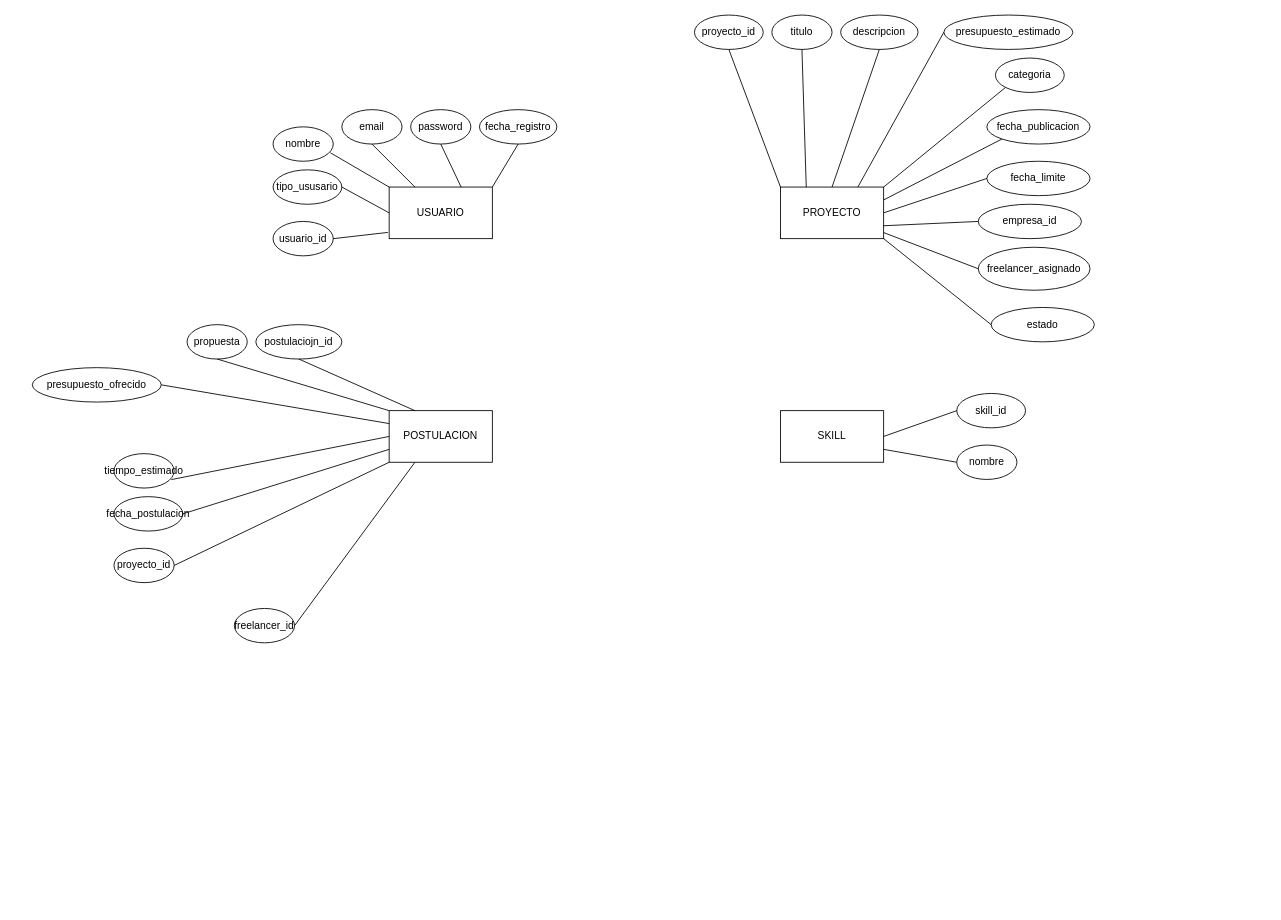
shaquiboy/1 keeps this draw.io diagram as page "Página-3" (3 of 3) of Diagrama sin título.drawio. Above is the earlier version. Source tidied: cells renumbered, new cells numbered last; positions are measured from the earlier drawing's top-left corner, leaving out a move shared by most shapes. Both pictures are drawn from the tidied source at 86%, with x=0, y=0 at pixel (32, 15).
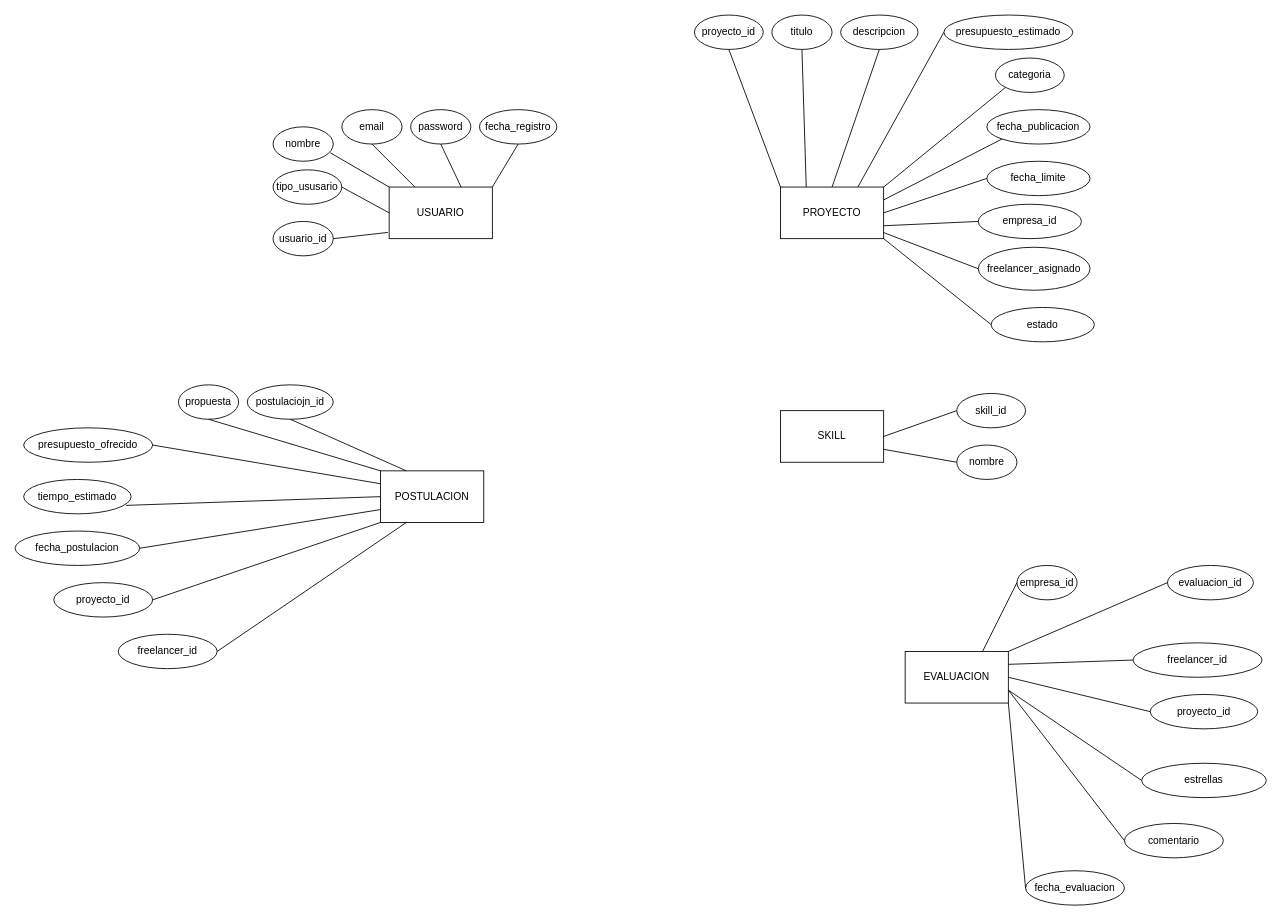
Above is the later version.

The edit, as a diff of the source:
```diff
@@
     <mxCell id="41" value="POSTULACION" style="rounded=0;whiteSpace=wrap;html=1;" parent="1" vertex="1">
-      <mxGeometry x="415" y="460" width="120" height="60" as="geometry" />
+      <mxGeometry x="405" y="530" width="120" height="60" as="geometry" />
     </mxCell>
     <mxCell id="42" value="proyecto_id" style="ellipse;whiteSpace=wrap;html=1;" parent="1" vertex="1">
-      <mxGeometry x="95" y="620" width="70" height="40" as="geometry" />
+      <mxGeometry x="25" y="660" width="115" height="40" as="geometry" />
     </mxCell>
     <mxCell id="43" value="postulaciojn_id" style="ellipse;whiteSpace=wrap;html=1;" parent="1" vertex="1">
-      <mxGeometry x="260" y="360" width="100" height="40" as="geometry" />
+      <mxGeometry x="250" y="430" width="100" height="40" as="geometry" />
     </mxCell>
     <mxCell id="44" value="fecha_postulacion" style="ellipse;whiteSpace=wrap;html=1;" parent="1" vertex="1">
-      <mxGeometry x="95" y="560" width="80" height="40" as="geometry" />
+      <mxGeometry x="-20" y="600" width="145" height="40" as="geometry" />
     </mxCell>
     <mxCell id="45" value="tiempo_estimado" style="ellipse;whiteSpace=wrap;html=1;" parent="1" vertex="1">
-      <mxGeometry x="95" y="510" width="70" height="40" as="geometry" />
+      <mxGeometry x="-10" y="540" width="125" height="40" as="geometry" />
     </mxCell>
     <mxCell id="46" value="presupuesto_ofrecido" style="ellipse;whiteSpace=wrap;html=1;" parent="1" vertex="1">
-      <mxGeometry y="410" width="150" height="40" as="geometry" />
+      <mxGeometry x="-10" y="480" width="150" height="40" as="geometry" />
     </mxCell>
     <mxCell id="47" value="propuesta" style="ellipse;whiteSpace=wrap;html=1;" parent="1" vertex="1">
-      <mxGeometry x="180" y="360" width="70" height="40" as="geometry" />
+      <mxGeometry x="170" y="430" width="70" height="40" as="geometry" />
     </mxCell>
@@
     <mxCell id="54" value="freelancer_id" style="ellipse;whiteSpace=wrap;html=1;" parent="1" vertex="1">
-      <mxGeometry x="235" y="690" width="70" height="40" as="geometry" />
+      <mxGeometry x="100" y="720" width="115" height="40" as="geometry" />
     </mxCell>
@@
+    <mxCell id="56" value="EVALUACION" style="rounded=0;whiteSpace=wrap;html=1;" parent="1" vertex="1">
+      <mxGeometry x="1015" y="740" width="120" height="60" as="geometry" />
+    </mxCell>
+    <mxCell id="57" value="comentario" style="ellipse;whiteSpace=wrap;html=1;" parent="1" vertex="1">
+      <mxGeometry x="1270" y="940" width="115" height="40" as="geometry" />
+    </mxCell>
+    <mxCell id="58" value="evaluacion_id" style="ellipse;whiteSpace=wrap;html=1;" parent="1" vertex="1">
+      <mxGeometry x="1320" y="640" width="100" height="40" as="geometry" />
+    </mxCell>
+    <mxCell id="59" value="estrellas" style="ellipse;whiteSpace=wrap;html=1;" parent="1" vertex="1">
+      <mxGeometry x="1290" y="870" width="145" height="40" as="geometry" />
+    </mxCell>
+    <mxCell id="60" value="proyecto_id" style="ellipse;whiteSpace=wrap;html=1;" parent="1" vertex="1">
+      <mxGeometry x="1300" y="790" width="125" height="40" as="geometry" />
+    </mxCell>
+    <mxCell id="61" value="freelancer_id" style="ellipse;whiteSpace=wrap;html=1;" parent="1" vertex="1">
+      <mxGeometry x="1280" y="730" width="150" height="40" as="geometry" />
+    </mxCell>
+    <mxCell id="62" value="empresa_id" style="ellipse;whiteSpace=wrap;html=1;" parent="1" vertex="1">
+      <mxGeometry x="1145" y="640" width="70" height="40" as="geometry" />
+    </mxCell>
+    <mxCell id="63" style="endArrow=none;html=1;rounded=0;entryX=0;entryY=0.5;entryDx=0;entryDy=0;exitX=1;exitY=0;exitDx=0;exitDy=0;" parent="1" edge="1" source="56" target="58">
+      <mxGeometry relative="1" as="geometry" />
+    </mxCell>
+    <mxCell id="64" style="endArrow=none;html=1;rounded=0;exitX=0.75;exitY=0;exitDx=0;exitDy=0;entryX=0;entryY=0.5;entryDx=0;entryDy=0;" parent="1" edge="1" source="56" target="62">
+      <mxGeometry relative="1" as="geometry" />
+    </mxCell>
+    <mxCell id="65" style="endArrow=none;html=1;rounded=0;exitX=1;exitY=0.25;exitDx=0;exitDy=0;entryX=0;entryY=0.5;entryDx=0;entryDy=0;" parent="1" edge="1" source="56" target="61">
+      <mxGeometry relative="1" as="geometry" />
+    </mxCell>
+    <mxCell id="66" style="endArrow=none;html=1;rounded=0;exitX=0;exitY=0.5;exitDx=0;exitDy=0;entryX=1;entryY=0.75;entryDx=0;entryDy=0;" parent="1" edge="1" source="57" target="56">
+      <mxGeometry relative="1" as="geometry" />
+    </mxCell>
+    <mxCell id="67" style="endArrow=none;html=1;rounded=0;entryX=0;entryY=0.5;entryDx=0;entryDy=0;exitX=1;exitY=0.75;exitDx=0;exitDy=0;" parent="1" edge="1" source="56" target="59">
+      <mxGeometry relative="1" as="geometry" />
+    </mxCell>
+    <mxCell id="68" style="endArrow=none;html=1;rounded=0;entryX=0;entryY=0.5;entryDx=0;entryDy=0;exitX=1;exitY=0.5;exitDx=0;exitDy=0;" parent="1" edge="1" source="56" target="60">
+      <mxGeometry relative="1" as="geometry" />
+    </mxCell>
+    <mxCell id="69" value="fecha_evaluacion" style="ellipse;whiteSpace=wrap;html=1;" parent="1" vertex="1">
+      <mxGeometry x="1155" y="995" width="115" height="40" as="geometry" />
+    </mxCell>
+    <mxCell id="70" style="endArrow=none;html=1;rounded=0;exitX=0;exitY=0.5;exitDx=0;exitDy=0;entryX=1;entryY=1;entryDx=0;entryDy=0;" parent="1" edge="1" source="69" target="56">
+      <mxGeometry relative="1" as="geometry" />
+    </mxCell>
```
